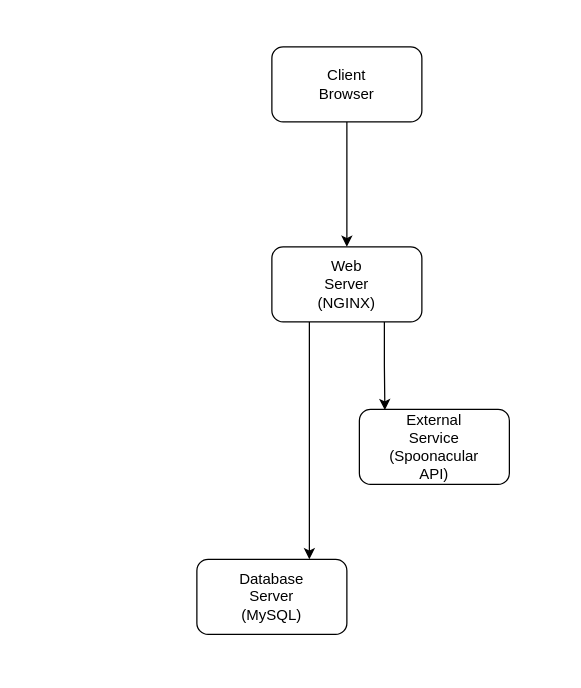
Above: documentation/drawio-files/deployment_diagram.drawio in KhoiLe18/CS476-Project-Chefs-Code (draw.io), before the change. Source tidied: cells renumbered, new cells numbered last; positions are measured from the earlier drawing's top-left corner, leaving out a move shared by most shapes. Both pictures are drawn from the tidied source at 125%, with x=0, y=0 at pixel (196, 46).
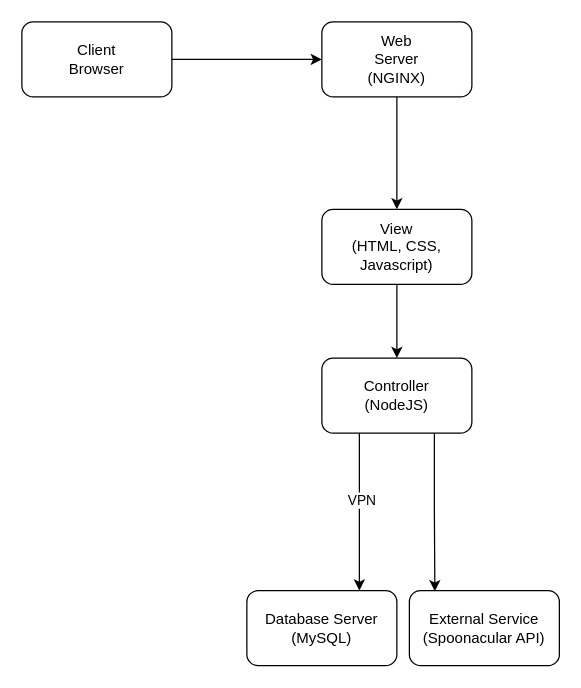
After the change.

Diff of the diagram source:
```diff
@@
 <mxGraphModel>
   <root>
     <mxCell id="0" />
     <mxCell id="1" parent="0" />
-    <mxCell id="2" style="edgeStyle=orthogonalEdgeStyle;rounded=0;jettySize=auto;html=1;exitX=0.5;exitY=1;exitDx=0;exitDy=0;entryX=0.5;entryY=0;entryDx=0;entryDy=0;" parent="1" edge="1" source="3" target="5">
+    <mxCell id="2" style="edgeStyle=orthogonalEdgeStyle;rounded=0;jettySize=auto;html=1;exitX=1;exitY=0.5;exitDx=0;exitDy=0;entryX=0;entryY=0.5;entryDx=0;entryDy=0;" parent="1" edge="1" source="3" target="5">
       <mxGeometry relative="1" as="geometry" />
     </mxCell>
     <mxCell id="3" style="rounded=1;whiteSpace=wrap;html=1;" parent="1" vertex="1">
-      <mxGeometry x="60" width="120" height="60" as="geometry" />
+      <mxGeometry x="-140" y="-20" width="120" height="60" as="geometry" />
     </mxCell>
-    <mxCell id="4" style="edgeStyle=orthogonalEdgeStyle;rounded=0;jettySize=auto;html=1;exitX=0.25;exitY=1;exitDx=0;exitDy=0;entryX=0.75;entryY=0;entryDx=0;entryDy=0;" parent="1" edge="1" source="5" target="7">
+    <mxCell id="4" style="edgeStyle=orthogonalEdgeStyle;rounded=0;jettySize=auto;html=1;exitX=0.25;exitY=1;exitDx=0;exitDy=0;entryX=0.75;entryY=0;entryDx=0;entryDy=0;" parent="1" edge="1" source="17" target="7">
       <mxGeometry relative="1" as="geometry" />
     </mxCell>
+    <mxCell id="13" value="VPN" style="edgeLabel;html=1;align=center;verticalAlign=middle;" parent="4" vertex="1">
+      <mxGeometry x="-0.16" y="1" relative="1" as="geometry" />
+    </mxCell>
     <mxCell id="5" style="rounded=1;whiteSpace=wrap;html=1;" parent="1" vertex="1">
-      <mxGeometry x="60" y="160" width="120" height="60" as="geometry" />
+      <mxGeometry x="100" y="-20" width="120" height="60" as="geometry" />
     </mxCell>
     <mxCell id="6" style="rounded=1;whiteSpace=wrap;html=1;" parent="1" vertex="1">
-      <mxGeometry x="130" y="290" width="120" height="60" as="geometry" />
+      <mxGeometry x="170" y="435" width="120" height="60" as="geometry" />
     </mxCell>
     <mxCell id="7" style="rounded=1;whiteSpace=wrap;html=1;" parent="1" vertex="1">
-      <mxGeometry y="410" width="120" height="60" as="geometry" />
+      <mxGeometry x="40" y="435" width="120" height="60" as="geometry" />
     </mxCell>
     <mxCell id="8" value="Client Browser" style="text;html=1;align=center;verticalAlign=middle;whiteSpace=wrap;rounded=0;" parent="1" vertex="1">
-      <mxGeometry x="90" y="15" width="60" height="30" as="geometry" />
+      <mxGeometry x="-110" y="-5" width="60" height="30" as="geometry" />
     </mxCell>
     <mxCell id="9" value="Web Server&lt;div&gt;(NGINX)&lt;/div&gt;" style="text;html=1;align=center;verticalAlign=middle;whiteSpace=wrap;rounded=0;" parent="1" vertex="1">
-      <mxGeometry x="90" y="175" width="60" height="30" as="geometry" />
+      <mxGeometry x="130" y="-5" width="60" height="30" as="geometry" />
     </mxCell>
     <mxCell id="10" value="External Service&lt;div&gt;(Spoonacular API)&lt;/div&gt;" style="text;html=1;align=center;verticalAlign=middle;whiteSpace=wrap;rounded=0;" parent="1" vertex="1">
-      <mxGeometry x="160" y="305" width="60" height="30" as="geometry" />
+      <mxGeometry x="170" y="450" width="120" height="30" as="geometry" />
     </mxCell>
     <mxCell id="11" value="Database Server&lt;div&gt;(MySQL)&lt;/div&gt;" style="text;html=1;align=center;verticalAlign=middle;whiteSpace=wrap;rounded=0;" parent="1" vertex="1">
-      <mxGeometry x="30" y="425" width="60" height="30" as="geometry" />
+      <mxGeometry x="40" y="450" width="120" height="30" as="geometry" />
     </mxCell>
-    <mxCell id="12" style="edgeStyle=orthogonalEdgeStyle;rounded=0;jettySize=auto;html=1;exitX=0.75;exitY=1;exitDx=0;exitDy=0;entryX=0.17;entryY=0.01;entryDx=0;entryDy=0;entryPerimeter=0;" parent="1" edge="1" source="5" target="6">
+    <mxCell id="12" style="edgeStyle=orthogonalEdgeStyle;rounded=0;jettySize=auto;html=1;exitX=0.75;exitY=1;exitDx=0;exitDy=0;entryX=0.17;entryY=0.01;entryDx=0;entryDy=0;entryPerimeter=0;" parent="1" edge="1" source="17" target="6">
       <mxGeometry relative="1" as="geometry" />
     </mxCell>
+    <mxCell id="14" style="rounded=1;whiteSpace=wrap;html=1;" parent="1" vertex="1">
+      <mxGeometry x="100" y="130" width="120" height="60" as="geometry" />
+    </mxCell>
+    <mxCell id="15" value="View&lt;div&gt;(HTML, CSS, Javascript)&lt;/div&gt;" style="text;html=1;align=center;verticalAlign=middle;whiteSpace=wrap;rounded=0;" parent="1" vertex="1">
+      <mxGeometry x="110" y="145" width="100" height="30" as="geometry" />
+    </mxCell>
+    <mxCell id="16" style="edgeStyle=orthogonalEdgeStyle;rounded=0;jettySize=auto;html=1;exitX=0.5;exitY=1;exitDx=0;exitDy=0;entryX=0.5;entryY=0;entryDx=0;entryDy=0;" parent="1" edge="1" source="5" target="14">
+      <mxGeometry relative="1" as="geometry" />
+    </mxCell>
+    <mxCell id="17" style="rounded=1;whiteSpace=wrap;html=1;" parent="1" vertex="1">
+      <mxGeometry x="100" y="249" width="120" height="60" as="geometry" />
+    </mxCell>
+    <mxCell id="18" value="Controller&lt;div&gt;(NodeJS)&lt;/div&gt;" style="text;html=1;align=center;verticalAlign=middle;whiteSpace=wrap;rounded=0;" parent="1" vertex="1">
+      <mxGeometry x="110" y="259" width="100" height="40" as="geometry" />
+    </mxCell>
+    <mxCell id="19" style="edgeStyle=orthogonalEdgeStyle;rounded=0;jettySize=auto;html=1;entryX=0.5;entryY=0;entryDx=0;entryDy=0;exitX=0.5;exitY=1;exitDx=0;exitDy=0;" parent="1" edge="1" source="14" target="17">
+      <mxGeometry relative="1" as="geometry" />
+    </mxCell>
   </root>
 </mxGraphModel>
```
